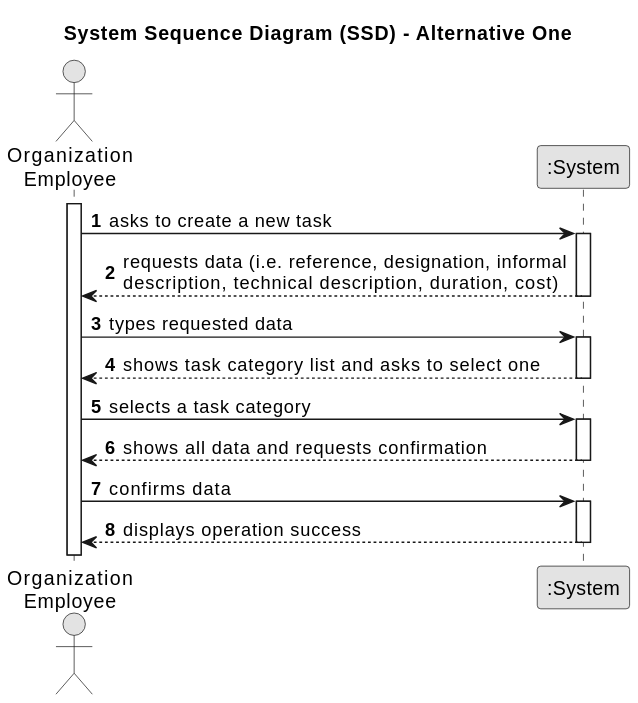
The PlantUML diagram docs/sprintA/us006/01.requirements-engineering/svg/us006-system-sequence-diagram-alternative-one.svg in daniel41silva05/ISEP_2023_2024_LAPR2, before a commit. The source it was exported from:
```plantuml
@startuml
skinparam monochrome true
skinparam packageStyle rectangle
skinparam shadowing false

title System Sequence Diagram (SSD) - Alternative One

autonumber

actor "Organization\nEmployee" as Employee
participant ":System" as System

activate Employee

    Employee -> System : asks to create a new task
    activate System

        System --> Employee : requests data (i.e. reference, designation, informal\ndescription, technical description, duration, cost)
    deactivate System

    Employee -> System : types requested data
    activate System

        System --> Employee : shows task category list and asks to select one
    deactivate System

    Employee -> System : selects a task category
    activate System

        System --> Employee : shows all data and requests confirmation
    deactivate System

    Employee -> System : confirms data
    activate System

        System --> Employee : displays operation success
    deactivate System
@enduml
```
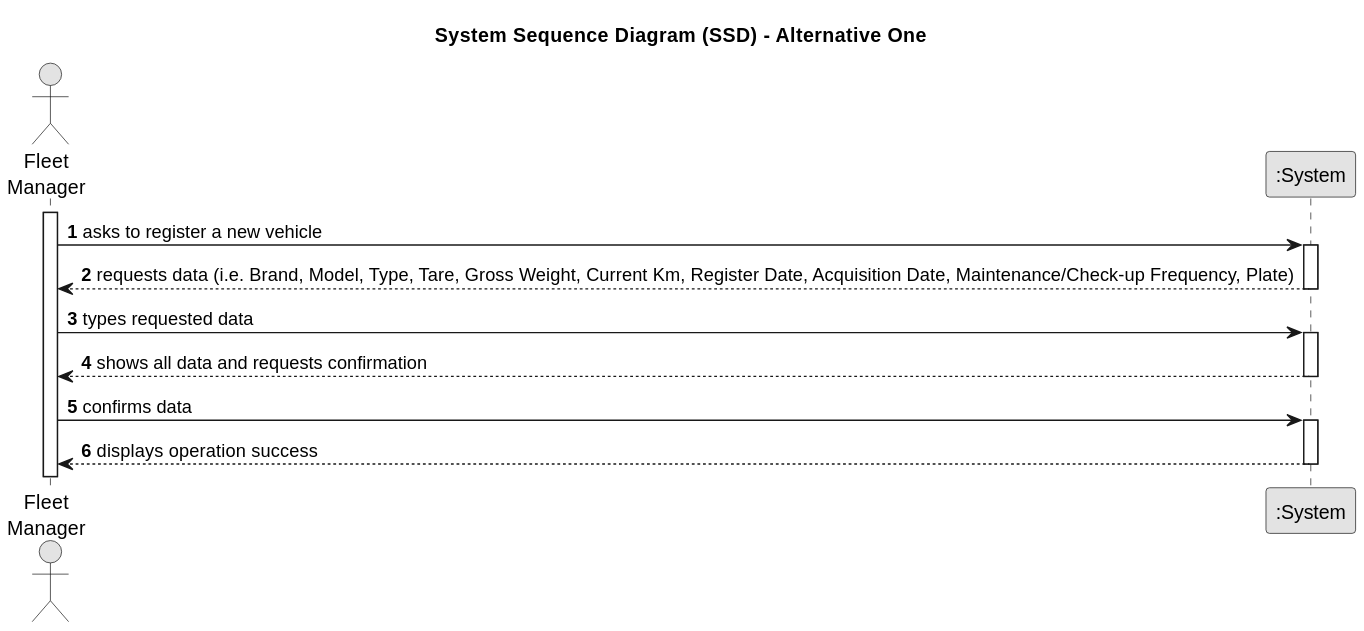
After the commit.

Change to the diagram source:
```diff
@@ -7,32 +7,26 @@
 
 autonumber
 
-actor "Organization\nEmployee" as Employee
+actor "Fleet\nManager" as FM
 participant ":System" as System
 
-activate Employee
+activate FM
 
-    Employee -> System : asks to create a new task
+    FM -> System : asks to register a new vehicle
     activate System
 
-        System --> Employee : requests data (i.e. reference, designation, informal\ndescription, technical description, duration, cost)
+        System --> FM : requests data (i.e. Brand, Model, Type, Tare, Gross Weight, Current Km, Register Date, Acquisition Date, Maintenance/Check-up Frequency, Plate)
     deactivate System
 
-    Employee -> System : types requested data
+    FM -> System : types requested data
     activate System
 
-        System --> Employee : shows task category list and asks to select one
+        System --> FM : shows all data and requests confirmation
     deactivate System
 
-    Employee -> System : selects a task category
+    FM -> System : confirms data
     activate System
 
-        System --> Employee : shows all data and requests confirmation
-    deactivate System
-
-    Employee -> System : confirms data
-    activate System
-
-        System --> Employee : displays operation success
+        System --> FM : displays operation success
     deactivate System
 @enduml
```
